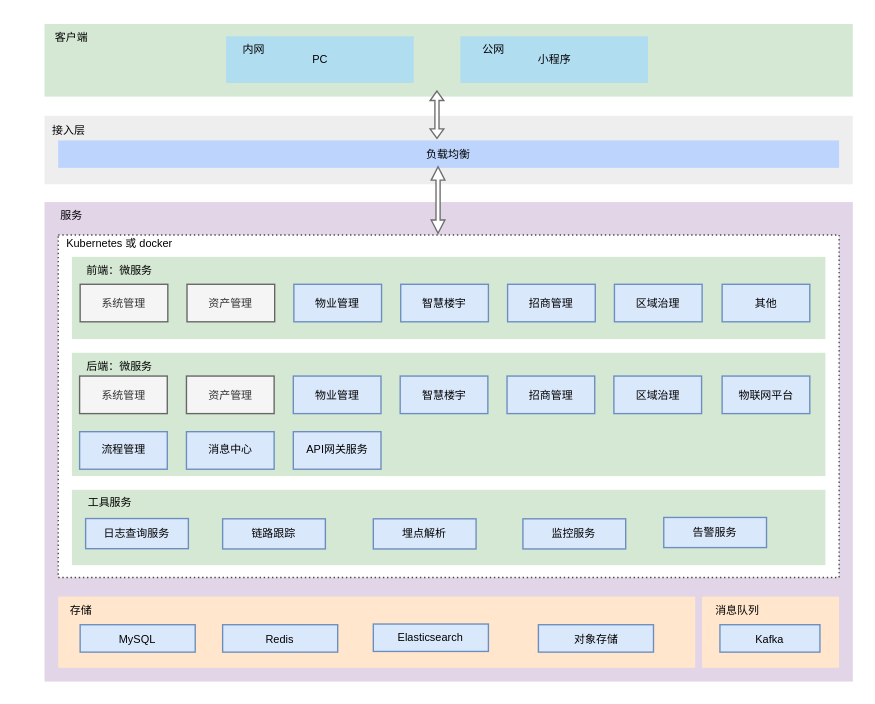
The draw.io diagram cj/智慧片区整体架构图.drawio in jianguocong/chart, before the edit. Source tidied: cells renumbered, new cells numbered last; positions are measured from the earlier drawing's top-left corner, leaving out a move shared by most shapes. Both pictures are drawn from the tidied source at 137%, with x=0, y=0 at pixel (23, 23).
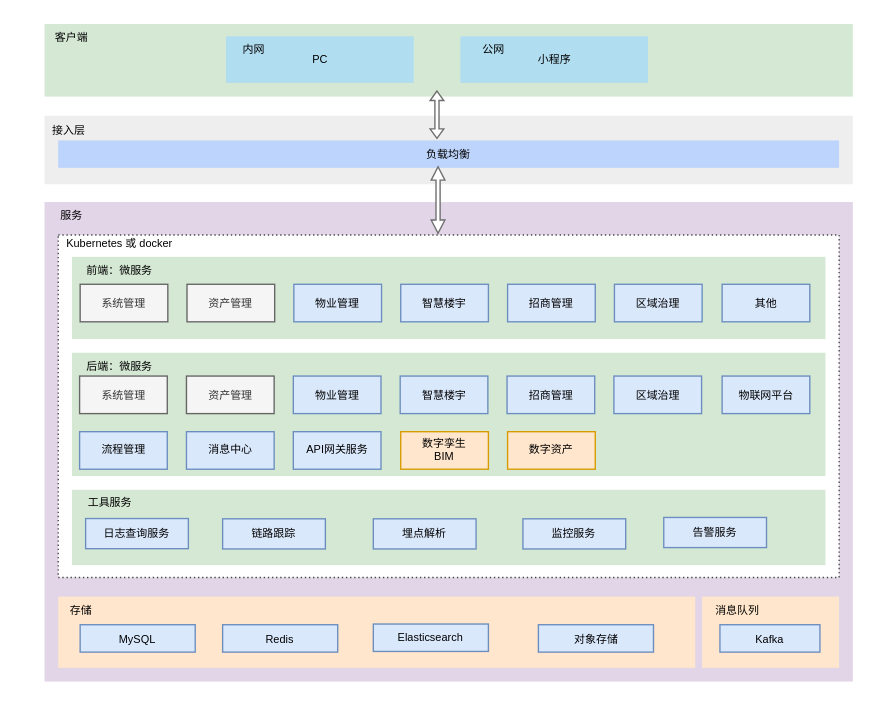
The same page after the edit.

The edit, as a diff of the source:
```diff
@@
+    <mxCell id="55" value="数字孪生&lt;br&gt;BIM" style="rounded=0;whiteSpace=wrap;html=1;fillColor=#ffe6cc;strokeColor=#d79b00;fontSize=8;verticalAlign=middle;flipH=1;" parent="1" vertex="1">
+      <mxGeometry x="275" y="297.6" width="64" height="27.4" as="geometry" />
+    </mxCell>
+    <mxCell id="56" value="数字资产" style="rounded=0;whiteSpace=wrap;html=1;fillColor=#ffe6cc;strokeColor=#d79b00;fontSize=8;verticalAlign=middle;flipH=1;" parent="1" vertex="1">
+      <mxGeometry x="353" y="297.6" width="64" height="27.4" as="geometry" />
+    </mxCell>
```
